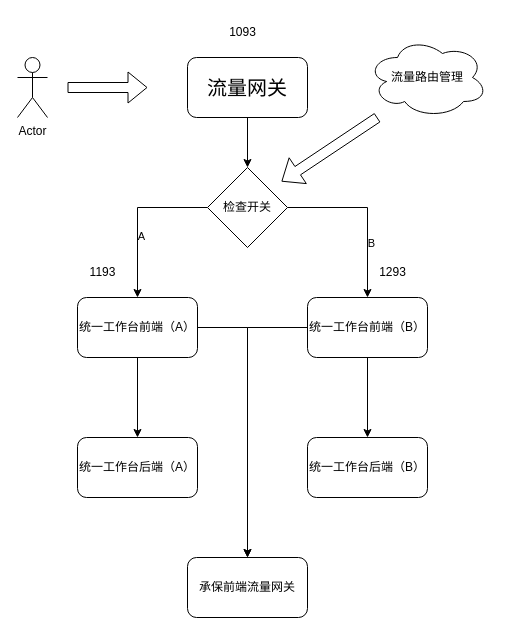
This is image/统一路由开关示意图.drawio from java-zengguang/images, a draw.io file, before an edit. Source tidied: cells renumbered, new cells numbered last; positions are measured from the earlier drawing's top-left corner, leaving out a move shared by most shapes. Both pictures are drawn from the tidied source at 100%, with x=0, y=0 at pixel (17, 17).
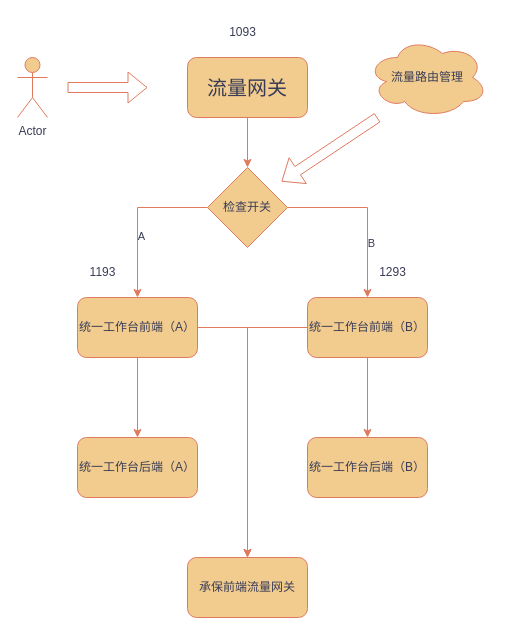
The same page after the edit.

Commit message (it also covers changes not shown here):
更新统一路由开关示意图.drawio

Diff of the diagram source:
```diff
@@
-    <mxCell id="2" value="Actor" style="shape=umlActor;verticalLabelPosition=bottom;verticalAlign=top;html=1;" parent="1" vertex="1">
+    <mxCell id="2" value="Actor" style="shape=umlActor;verticalLabelPosition=bottom;verticalAlign=top;html=1;labelBackgroundColor=none;fillColor=#F2CC8F;strokeColor=#E07A5F;fontColor=#393C56;" parent="1" vertex="1">
       <mxGeometry y="40" width="30" height="60" as="geometry" />
     </mxCell>
-    <mxCell id="3" style="edgeStyle=orthogonalEdgeStyle;rounded=0;jettySize=auto;html=1;" parent="1" edge="1" source="4" target="16">
+    <mxCell id="3" style="edgeStyle=orthogonalEdgeStyle;rounded=0;jettySize=auto;html=1;labelBackgroundColor=none;strokeColor=#E07A5F;fontColor=default;" parent="1" edge="1" source="4" target="16">
       <mxGeometry relative="1" as="geometry" />
     </mxCell>
-    <mxCell id="4" value="&lt;font style=&quot;font-size: 20px;&quot;&gt;流量网关&lt;br&gt;&lt;/font&gt;" style="rounded=1;whiteSpace=wrap;html=1;" parent="1" vertex="1">
+    <mxCell id="4" value="&lt;font style=&quot;font-size: 20px;&quot;&gt;流量网关&lt;br&gt;&lt;/font&gt;" style="rounded=1;whiteSpace=wrap;html=1;labelBackgroundColor=none;fillColor=#F2CC8F;strokeColor=#E07A5F;fontColor=#393C56;" parent="1" vertex="1">
       <mxGeometry x="170" y="40" width="120" height="60" as="geometry" />
     </mxCell>
-    <mxCell id="5" style="shape=flexArrow;endArrow=classic;html=1;rounded=0;" parent="1" edge="1">
+    <mxCell id="5" style="shape=flexArrow;endArrow=classic;html=1;rounded=0;labelBackgroundColor=none;strokeColor=#E07A5F;fontColor=default;" parent="1" edge="1">
       <mxGeometry relative="1" as="geometry">
         <mxPoint x="50" y="70" as="sourcePoint" />
         <mxPoint x="130" y="70" as="targetPoint" />
       </mxGeometry>
     </mxCell>
-    <mxCell id="6" style="edgeStyle=orthogonalEdgeStyle;rounded=0;jettySize=auto;html=1;" parent="1" edge="1" source="8" target="22">
+    <mxCell id="6" style="edgeStyle=orthogonalEdgeStyle;rounded=0;jettySize=auto;html=1;labelBackgroundColor=none;strokeColor=#E07A5F;fontColor=default;" parent="1" edge="1" source="8" target="22">
       <mxGeometry relative="1" as="geometry" />
     </mxCell>
-    <mxCell id="7" style="edgeStyle=orthogonalEdgeStyle;rounded=0;jettySize=auto;html=1;entryX=0.5;entryY=0;entryDx=0;entryDy=0;" parent="1" edge="1" source="8" target="24">
+    <mxCell id="7" style="edgeStyle=orthogonalEdgeStyle;rounded=0;jettySize=auto;html=1;entryX=0.5;entryY=0;entryDx=0;entryDy=0;labelBackgroundColor=none;strokeColor=#E07A5F;fontColor=default;" parent="1" edge="1" source="8" target="24">
       <mxGeometry relative="1" as="geometry">
         <Array as="points">
           <mxPoint x="230" y="310" />
         </Array>
       </mxGeometry>
     </mxCell>
-    <mxCell id="8" value="统一工作台前端（A）" style="rounded=1;whiteSpace=wrap;html=1;" parent="1" vertex="1">
+    <mxCell id="8" value="统一工作台前端（A）" style="rounded=1;whiteSpace=wrap;html=1;labelBackgroundColor=none;fillColor=#F2CC8F;strokeColor=#E07A5F;fontColor=#393C56;" parent="1" vertex="1">
       <mxGeometry x="60" y="280" width="120" height="60" as="geometry" />
     </mxCell>
-    <mxCell id="9" style="edgeStyle=orthogonalEdgeStyle;rounded=0;jettySize=auto;html=1;" parent="1" edge="1" source="11" target="23">
+    <mxCell id="9" style="edgeStyle=orthogonalEdgeStyle;rounded=0;jettySize=auto;html=1;labelBackgroundColor=none;strokeColor=#E07A5F;fontColor=default;" parent="1" edge="1" source="11" target="23">
       <mxGeometry relative="1" as="geometry" />
     </mxCell>
-    <mxCell id="10" style="edgeStyle=orthogonalEdgeStyle;rounded=0;jettySize=auto;html=1;" parent="1" edge="1" source="11" target="24">
+    <mxCell id="10" style="edgeStyle=orthogonalEdgeStyle;rounded=0;jettySize=auto;html=1;labelBackgroundColor=none;strokeColor=#E07A5F;fontColor=default;" parent="1" edge="1" source="11" target="24">
       <mxGeometry relative="1" as="geometry">
         <Array as="points">
           <mxPoint x="230" y="310" />
         </Array>
       </mxGeometry>
     </mxCell>
-    <mxCell id="11" value="统一工作台前端（B）" style="rounded=1;whiteSpace=wrap;html=1;" parent="1" vertex="1">
+    <mxCell id="11" value="统一工作台前端（B）" style="rounded=1;whiteSpace=wrap;html=1;labelBackgroundColor=none;fillColor=#F2CC8F;strokeColor=#E07A5F;fontColor=#393C56;" parent="1" vertex="1">
       <mxGeometry x="290" y="280" width="120" height="60" as="geometry" />
     </mxCell>
-    <mxCell id="12" style="edgeStyle=orthogonalEdgeStyle;rounded=0;jettySize=auto;html=1;" parent="1" edge="1" source="16" target="8">
+    <mxCell id="12" style="edgeStyle=orthogonalEdgeStyle;rounded=0;jettySize=auto;html=1;labelBackgroundColor=none;strokeColor=#E07A5F;fontColor=default;" parent="1" edge="1" source="16" target="8">
       <mxGeometry relative="1" as="geometry" />
     </mxCell>
-    <mxCell id="13" value="A" style="edgeLabel;html=1;align=center;verticalAlign=middle;" parent="12" vertex="1">
+    <mxCell id="13" value="A" style="edgeLabel;html=1;align=center;verticalAlign=middle;labelBackgroundColor=none;fontColor=#393C56;" parent="12" vertex="1">
       <mxGeometry x="0.22" y="3" relative="1" as="geometry" />
     </mxCell>
-    <mxCell id="14" style="edgeStyle=orthogonalEdgeStyle;rounded=0;jettySize=auto;html=1;" parent="1" edge="1" source="16" target="11">
+    <mxCell id="14" style="edgeStyle=orthogonalEdgeStyle;rounded=0;jettySize=auto;html=1;labelBackgroundColor=none;strokeColor=#E07A5F;fontColor=default;" parent="1" edge="1" source="16" target="11">
       <mxGeometry relative="1" as="geometry" />
     </mxCell>
-    <mxCell id="15" value="B" style="edgeLabel;html=1;align=center;verticalAlign=middle;" parent="14" vertex="1">
+    <mxCell id="15" value="B" style="edgeLabel;html=1;align=center;verticalAlign=middle;labelBackgroundColor=none;fontColor=#393C56;" parent="14" vertex="1">
       <mxGeometry x="0.35" y="3" relative="1" as="geometry" />
     </mxCell>
-    <mxCell id="16" value="检查开关" style="rhombus;whiteSpace=wrap;html=1;" parent="1" vertex="1">
+    <mxCell id="16" value="检查开关" style="rhombus;whiteSpace=wrap;html=1;labelBackgroundColor=none;fillColor=#F2CC8F;strokeColor=#E07A5F;fontColor=#393C56;" parent="1" vertex="1">
       <mxGeometry x="190" y="150" width="80" height="80" as="geometry" />
     </mxCell>
-    <mxCell id="17" value="流量路由管理" style="ellipse;shape=cloud;whiteSpace=wrap;html=1;" parent="1" vertex="1">
+    <mxCell id="17" value="流量路由管理" style="ellipse;shape=cloud;whiteSpace=wrap;html=1;labelBackgroundColor=none;fillColor=#F2CC8F;strokeColor=#E07A5F;fontColor=#393C56;" parent="1" vertex="1">
       <mxGeometry x="350" y="20" width="120" height="80" as="geometry" />
     </mxCell>
-    <mxCell id="18" style="shape=flexArrow;endArrow=classic;html=1;rounded=0;" parent="1" edge="1">
+    <mxCell id="18" style="shape=flexArrow;endArrow=classic;html=1;rounded=0;labelBackgroundColor=none;strokeColor=#E07A5F;fontColor=default;" parent="1" edge="1">
       <mxGeometry relative="1" as="geometry">
         <mxPoint x="360" y="100" as="sourcePoint" />
         <mxPoint x="264" y="164" as="targetPoint" />
       </mxGeometry>
     </mxCell>
-    <mxCell id="19" value="1093" style="text;html=1;align=center;verticalAlign=middle;strokeColor=none;fillColor=none;" parent="1" vertex="1">
+    <mxCell id="19" value="1093" style="text;html=1;align=center;verticalAlign=middle;strokeColor=none;fillColor=none;labelBackgroundColor=none;fontColor=#393C56;" parent="1" vertex="1">
       <mxGeometry x="200" width="50" height="30" as="geometry" />
     </mxCell>
-    <mxCell id="20" value="1193" style="text;html=1;align=center;verticalAlign=middle;strokeColor=none;fillColor=none;" parent="1" vertex="1">
+    <mxCell id="20" value="1193" style="text;html=1;align=center;verticalAlign=middle;strokeColor=none;fillColor=none;labelBackgroundColor=none;fontColor=#393C56;" parent="1" vertex="1">
       <mxGeometry x="60" y="240" width="50" height="30" as="geometry" />
     </mxCell>
-    <mxCell id="21" value="1293" style="text;html=1;align=center;verticalAlign=middle;strokeColor=none;fillColor=none;" parent="1" vertex="1">
+    <mxCell id="21" value="1293" style="text;html=1;align=center;verticalAlign=middle;strokeColor=none;fillColor=none;labelBackgroundColor=none;fontColor=#393C56;" parent="1" vertex="1">
       <mxGeometry x="350" y="240" width="50" height="30" as="geometry" />
     </mxCell>
-    <mxCell id="22" value="统一工作台后端（A）" style="rounded=1;whiteSpace=wrap;html=1;" parent="1" vertex="1">
+    <mxCell id="22" value="统一工作台后端（A）" style="rounded=1;whiteSpace=wrap;html=1;labelBackgroundColor=none;fillColor=#F2CC8F;strokeColor=#E07A5F;fontColor=#393C56;" parent="1" vertex="1">
       <mxGeometry x="60" y="420" width="120" height="60" as="geometry" />
     </mxCell>
-    <mxCell id="23" value="统一工作台后端（B）" style="rounded=1;whiteSpace=wrap;html=1;" parent="1" vertex="1">
+    <mxCell id="23" value="统一工作台后端（B）" style="rounded=1;whiteSpace=wrap;html=1;labelBackgroundColor=none;fillColor=#F2CC8F;strokeColor=#E07A5F;fontColor=#393C56;" parent="1" vertex="1">
       <mxGeometry x="290" y="420" width="120" height="60" as="geometry" />
     </mxCell>
-    <mxCell id="24" value="承保前端流量网关" style="rounded=1;whiteSpace=wrap;html=1;" parent="1" vertex="1">
+    <mxCell id="24" value="承保前端流量网关" style="rounded=1;whiteSpace=wrap;html=1;labelBackgroundColor=none;fillColor=#F2CC8F;strokeColor=#E07A5F;fontColor=#393C56;" parent="1" vertex="1">
       <mxGeometry x="170" y="540" width="120" height="60" as="geometry" />
     </mxCell>
```
